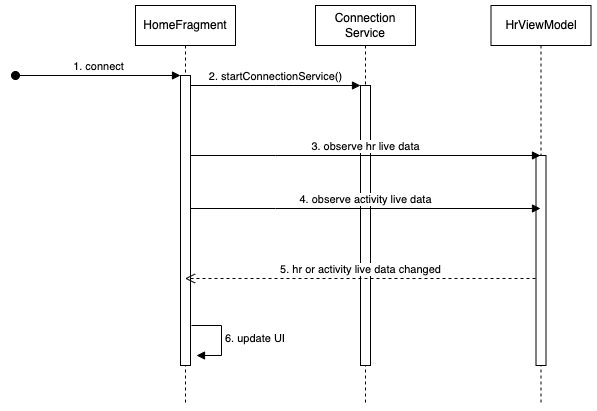
ba-nhermanto/thesis keeps this draw.io diagram as my-thesis/diagrams/hr-broadcast-homefragment.drawio.png. Above is the earlier version. Source tidied: cells renumbered, new cells last; positions are measured from the earlier drawing's top-left corner, leaving out a move shared by most shapes. The source it was exported from:
```xml
<mxGraphModel>
  <root>
    <mxCell id="0" />
    <mxCell id="1" parent="0" />
    <mxCell id="2" value="HomeFragment" style="shape=umlLifeline;perimeter=lifelinePerimeter;whiteSpace=wrap;html=1;newEdgeStyle={&quot;edgeStyle&quot;:&quot;elbowEdgeStyle&quot;,&quot;elbow&quot;:&quot;vertical&quot;,&quot;curved&quot;:0,&quot;rounded&quot;:0};" parent="1" vertex="1">
      <mxGeometry x="120" width="100" height="400" as="geometry" />
    </mxCell>
    <mxCell id="3" style="html=1;points=[];perimeter=orthogonalPerimeter;outlineConnect=0;targetShapes=umlLifeline;portConstraint=eastwest;newEdgeStyle={&quot;edgeStyle&quot;:&quot;elbowEdgeStyle&quot;,&quot;elbow&quot;:&quot;vertical&quot;,&quot;curved&quot;:0,&quot;rounded&quot;:0};" parent="2" vertex="1">
      <mxGeometry x="45" y="70" width="10" height="290" as="geometry" />
    </mxCell>
    <mxCell id="4" value="1. connect" style="html=1;verticalAlign=bottom;startArrow=oval;endArrow=block;startSize=8;edgeStyle=elbowEdgeStyle;elbow=vertical;curved=0;rounded=0;" parent="2" edge="1" target="3">
      <mxGeometry relative="1" as="geometry">
        <mxPoint x="-120" y="70" as="sourcePoint" />
      </mxGeometry>
    </mxCell>
    <mxCell id="5" value="6. update UI" style="html=1;align=left;spacingLeft=2;endArrow=block;rounded=0;edgeStyle=orthogonalEdgeStyle;curved=0;rounded=0;" parent="2" edge="1">
      <mxGeometry relative="1" as="geometry">
        <mxPoint x="56" y="320" as="sourcePoint" />
        <mxPoint x="61" y="350" as="targetPoint" />
        <Array as="points">
          <mxPoint x="86" y="350" />
        </Array>
      </mxGeometry>
    </mxCell>
    <mxCell id="6" value="Connection&lt;br&gt;Service" style="shape=umlLifeline;perimeter=lifelinePerimeter;whiteSpace=wrap;html=1;newEdgeStyle={&quot;edgeStyle&quot;:&quot;elbowEdgeStyle&quot;,&quot;elbow&quot;:&quot;vertical&quot;,&quot;curved&quot;:0,&quot;rounded&quot;:0};" parent="1" vertex="1">
      <mxGeometry x="300" width="100" height="400" as="geometry" />
    </mxCell>
    <mxCell id="7" style="html=1;points=[];perimeter=orthogonalPerimeter;outlineConnect=0;targetShapes=umlLifeline;portConstraint=eastwest;newEdgeStyle={&quot;edgeStyle&quot;:&quot;elbowEdgeStyle&quot;,&quot;elbow&quot;:&quot;vertical&quot;,&quot;curved&quot;:0,&quot;rounded&quot;:0};" parent="6" vertex="1">
      <mxGeometry x="45" y="80" width="10" height="280" as="geometry" />
    </mxCell>
    <mxCell id="8" value="2. startConnectionService()" style="html=1;verticalAlign=bottom;endArrow=block;edgeStyle=elbowEdgeStyle;elbow=vertical;curved=0;rounded=0;" parent="1" edge="1" source="3" target="7">
      <mxGeometry relative="1" as="geometry">
        <Array as="points">
          <mxPoint x="260" y="80" />
        </Array>
      </mxGeometry>
    </mxCell>
    <mxCell id="9" value="HrViewModel" style="shape=umlLifeline;perimeter=lifelinePerimeter;whiteSpace=wrap;html=1;newEdgeStyle={&quot;edgeStyle&quot;:&quot;elbowEdgeStyle&quot;,&quot;elbow&quot;:&quot;vertical&quot;,&quot;curved&quot;:0,&quot;rounded&quot;:0};" parent="1" vertex="1">
      <mxGeometry x="475.5" width="100" height="400" as="geometry" />
    </mxCell>
    <mxCell id="10" style="html=1;perimeter=orthogonalPerimeter;targetShapes=umlLifeline;newEdgeStyle={&quot;edgeStyle&quot;:&quot;elbowEdgeStyle&quot;,&quot;elbow&quot;:&quot;vertical&quot;,&quot;curved&quot;:0,&quot;rounded&quot;:0};" parent="9" vertex="1">
      <mxGeometry x="45" y="150" width="10" height="210" as="geometry" />
    </mxCell>
    <mxCell id="11" value="3. observe hr live data" style="html=1;verticalAlign=bottom;endArrow=block;edgeStyle=elbowEdgeStyle;elbow=vertical;curved=0;rounded=0;" parent="1" edge="1">
      <mxGeometry relative="1" as="geometry">
        <mxPoint x="175" y="150" as="sourcePoint" />
        <mxPoint x="525" y="150" as="targetPoint" />
        <Array as="points">
          <mxPoint x="260" y="150" />
        </Array>
      </mxGeometry>
    </mxCell>
    <mxCell id="12" value="5. hr or activity live data changed" style="html=1;verticalAlign=bottom;endArrow=open;dashed=1;endSize=8;edgeStyle=elbowEdgeStyle;elbow=vertical;curved=0;rounded=0;" parent="1" edge="1">
      <mxGeometry relative="1" as="geometry">
        <mxPoint x="520" y="273" as="sourcePoint" />
        <mxPoint x="169.5" y="273" as="targetPoint" />
      </mxGeometry>
    </mxCell>
    <mxCell id="13" value="4. observe activity live data" style="html=1;verticalAlign=bottom;endArrow=block;edgeStyle=elbowEdgeStyle;elbow=vertical;curved=0;rounded=0;" parent="1" edge="1">
      <mxGeometry relative="1" as="geometry">
        <mxPoint x="175" y="203" as="sourcePoint" />
        <mxPoint x="525" y="203" as="targetPoint" />
        <Array as="points">
          <mxPoint x="260" y="203" />
        </Array>
      </mxGeometry>
    </mxCell>
  </root>
</mxGraphModel>
```
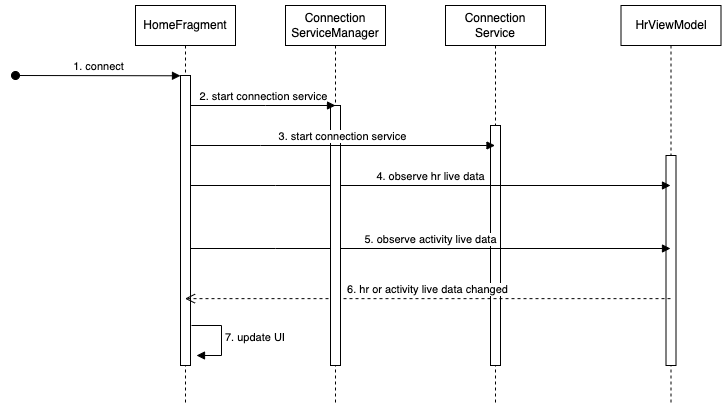
After the change.

Change to the diagram source:
```diff
@@ -3,7 +3,7 @@
     <mxCell id="0" />
     <mxCell id="1" parent="0" />
     <mxCell id="2" value="HomeFragment" style="shape=umlLifeline;perimeter=lifelinePerimeter;whiteSpace=wrap;html=1;newEdgeStyle={&quot;edgeStyle&quot;:&quot;elbowEdgeStyle&quot;,&quot;elbow&quot;:&quot;vertical&quot;,&quot;curved&quot;:0,&quot;rounded&quot;:0};" parent="1" vertex="1">
-      <mxGeometry x="120" width="100" height="400" as="geometry" />
+      <mxGeometry x="-10" width="100" height="400" as="geometry" />
     </mxCell>
     <mxCell id="3" style="html=1;points=[];perimeter=orthogonalPerimeter;outlineConnect=0;targetShapes=umlLifeline;portConstraint=eastwest;newEdgeStyle={&quot;edgeStyle&quot;:&quot;elbowEdgeStyle&quot;,&quot;elbow&quot;:&quot;vertical&quot;,&quot;curved&quot;:0,&quot;rounded&quot;:0};" parent="2" vertex="1">
       <mxGeometry x="45" y="70" width="10" height="290" as="geometry" />
@@ -13,7 +13,7 @@
         <mxPoint x="-120" y="70" as="sourcePoint" />
       </mxGeometry>
     </mxCell>
-    <mxCell id="5" value="6. update UI" style="html=1;align=left;spacingLeft=2;endArrow=block;rounded=0;edgeStyle=orthogonalEdgeStyle;curved=0;rounded=0;" parent="2" edge="1">
+    <mxCell id="5" value="7. update UI" style="html=1;align=left;spacingLeft=2;endArrow=block;rounded=0;edgeStyle=orthogonalEdgeStyle;curved=0;rounded=0;" parent="2" edge="1">
       <mxGeometry relative="1" as="geometry">
         <mxPoint x="56" y="320" as="sourcePoint" />
         <mxPoint x="61" y="350" as="targetPoint" />
@@ -26,44 +26,60 @@
       <mxGeometry x="300" width="100" height="400" as="geometry" />
     </mxCell>
     <mxCell id="7" style="html=1;points=[];perimeter=orthogonalPerimeter;outlineConnect=0;targetShapes=umlLifeline;portConstraint=eastwest;newEdgeStyle={&quot;edgeStyle&quot;:&quot;elbowEdgeStyle&quot;,&quot;elbow&quot;:&quot;vertical&quot;,&quot;curved&quot;:0,&quot;rounded&quot;:0};" parent="6" vertex="1">
-      <mxGeometry x="45" y="80" width="10" height="280" as="geometry" />
+      <mxGeometry x="45" y="120" width="10" height="240" as="geometry" />
     </mxCell>
-    <mxCell id="8" value="2. startConnectionService()" style="html=1;verticalAlign=bottom;endArrow=block;edgeStyle=elbowEdgeStyle;elbow=vertical;curved=0;rounded=0;" parent="1" edge="1" source="3" target="7">
-      <mxGeometry relative="1" as="geometry">
-        <Array as="points">
-          <mxPoint x="260" y="80" />
-        </Array>
-      </mxGeometry>
-    </mxCell>
     <mxCell id="9" value="HrViewModel" style="shape=umlLifeline;perimeter=lifelinePerimeter;whiteSpace=wrap;html=1;newEdgeStyle={&quot;edgeStyle&quot;:&quot;elbowEdgeStyle&quot;,&quot;elbow&quot;:&quot;vertical&quot;,&quot;curved&quot;:0,&quot;rounded&quot;:0};" parent="1" vertex="1">
       <mxGeometry x="475.5" width="100" height="400" as="geometry" />
     </mxCell>
     <mxCell id="10" style="html=1;perimeter=orthogonalPerimeter;targetShapes=umlLifeline;newEdgeStyle={&quot;edgeStyle&quot;:&quot;elbowEdgeStyle&quot;,&quot;elbow&quot;:&quot;vertical&quot;,&quot;curved&quot;:0,&quot;rounded&quot;:0};" parent="9" vertex="1">
       <mxGeometry x="45" y="150" width="10" height="210" as="geometry" />
     </mxCell>
-    <mxCell id="11" value="3. observe hr live data" style="html=1;verticalAlign=bottom;endArrow=block;edgeStyle=elbowEdgeStyle;elbow=vertical;curved=0;rounded=0;" parent="1" edge="1">
+    <mxCell id="11" value="4. observe hr live data" style="html=1;verticalAlign=bottom;endArrow=block;edgeStyle=elbowEdgeStyle;elbow=vertical;curved=0;rounded=0;" parent="1" edge="1">
       <mxGeometry relative="1" as="geometry">
-        <mxPoint x="175" y="150" as="sourcePoint" />
-        <mxPoint x="525" y="150" as="targetPoint" />
+        <mxPoint x="45" y="180" as="sourcePoint" />
+        <mxPoint x="525" y="180" as="targetPoint" />
         <Array as="points">
-          <mxPoint x="260" y="150" />
+          <mxPoint x="130" y="180" />
         </Array>
       </mxGeometry>
     </mxCell>
-    <mxCell id="12" value="5. hr or activity live data changed" style="html=1;verticalAlign=bottom;endArrow=open;dashed=1;endSize=8;edgeStyle=elbowEdgeStyle;elbow=vertical;curved=0;rounded=0;" parent="1" edge="1">
+    <mxCell id="12" value="6. hr or activity live data changed" style="html=1;verticalAlign=bottom;endArrow=open;dashed=1;endSize=8;edgeStyle=elbowEdgeStyle;elbow=vertical;curved=0;rounded=0;" parent="1" edge="1">
       <mxGeometry relative="1" as="geometry">
-        <mxPoint x="520" y="273" as="sourcePoint" />
-        <mxPoint x="169.5" y="273" as="targetPoint" />
+        <mxPoint x="525" y="293.1" as="sourcePoint" />
+        <mxPoint x="39.5" y="293" as="targetPoint" />
       </mxGeometry>
     </mxCell>
-    <mxCell id="13" value="4. observe activity live data" style="html=1;verticalAlign=bottom;endArrow=block;edgeStyle=elbowEdgeStyle;elbow=vertical;curved=0;rounded=0;" parent="1" edge="1">
+    <mxCell id="13" value="5. observe activity live data" style="html=1;verticalAlign=bottom;endArrow=block;edgeStyle=elbowEdgeStyle;elbow=vertical;curved=0;rounded=0;" parent="1" edge="1">
       <mxGeometry relative="1" as="geometry">
-        <mxPoint x="175" y="203" as="sourcePoint" />
-        <mxPoint x="525" y="203" as="targetPoint" />
+        <mxPoint x="45" y="243" as="sourcePoint" />
+        <mxPoint x="525" y="243" as="targetPoint" />
         <Array as="points">
-          <mxPoint x="260" y="203" />
+          <mxPoint x="130" y="243" />
         </Array>
       </mxGeometry>
     </mxCell>
+    <mxCell id="14" value="Connection&lt;br&gt;ServiceManager" style="shape=umlLifeline;perimeter=lifelinePerimeter;whiteSpace=wrap;html=1;newEdgeStyle={&quot;edgeStyle&quot;:&quot;elbowEdgeStyle&quot;,&quot;elbow&quot;:&quot;vertical&quot;,&quot;curved&quot;:0,&quot;rounded&quot;:0};" parent="1" vertex="1">
+      <mxGeometry x="140" width="100" height="400" as="geometry" />
+    </mxCell>
+    <mxCell id="15" style="html=1;perimeter=orthogonalPerimeter;targetShapes=umlLifeline;newEdgeStyle={&quot;edgeStyle&quot;:&quot;elbowEdgeStyle&quot;,&quot;elbow&quot;:&quot;vertical&quot;,&quot;curved&quot;:0,&quot;rounded&quot;:0};" parent="14" vertex="1">
+      <mxGeometry x="45" y="100" width="10" height="260" as="geometry" />
+    </mxCell>
+    <mxCell id="16" value="2. start connection service" style="html=1;verticalAlign=bottom;endArrow=block;edgeStyle=elbowEdgeStyle;elbow=vertical;curved=0;rounded=0;" parent="1" edge="1">
+      <mxGeometry relative="1" as="geometry">
+        <mxPoint x="45" y="100" as="sourcePoint" />
+        <mxPoint x="190" y="100" as="targetPoint" />
+        <Array as="points">
+          <mxPoint x="120" y="100" />
+        </Array>
+      </mxGeometry>
+    </mxCell>
+    <mxCell id="17" value="3. start connection service" style="html=1;verticalAlign=bottom;endArrow=block;edgeStyle=elbowEdgeStyle;elbow=vertical;curved=0;rounded=0;" parent="1" edge="1" source="3">
+      <mxGeometry relative="1" as="geometry">
+        <mxPoint x="349.5" y="140" as="targetPoint" />
+        <Array as="points">
+          <mxPoint x="115" y="140" />
+        </Array>
+      </mxGeometry>
+    </mxCell>
   </root>
 </mxGraphModel>
```
